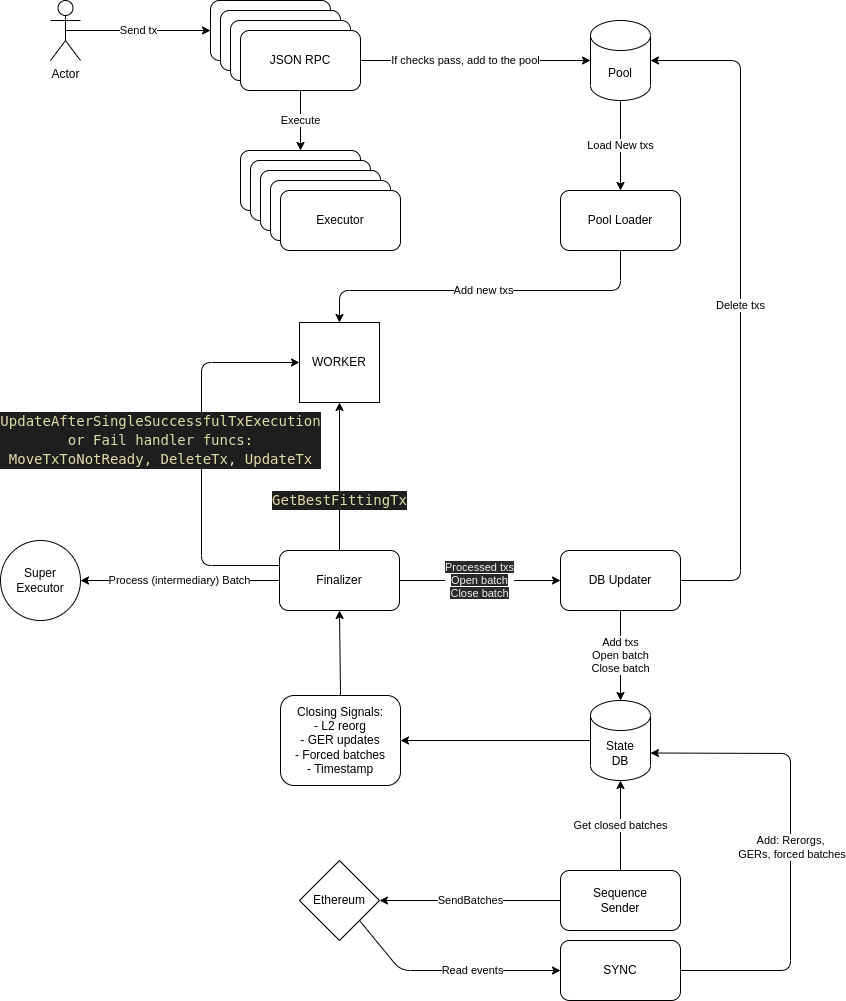
This is docs/sequecer-mango.drawio.png from 0xPolygonHermez/zkevm-node, a draw.io export, as it was before one commit. Source tidied: cells renumbered, new cells last; positions are measured from the earlier drawing's top-left corner, leaving out a move shared by most shapes.
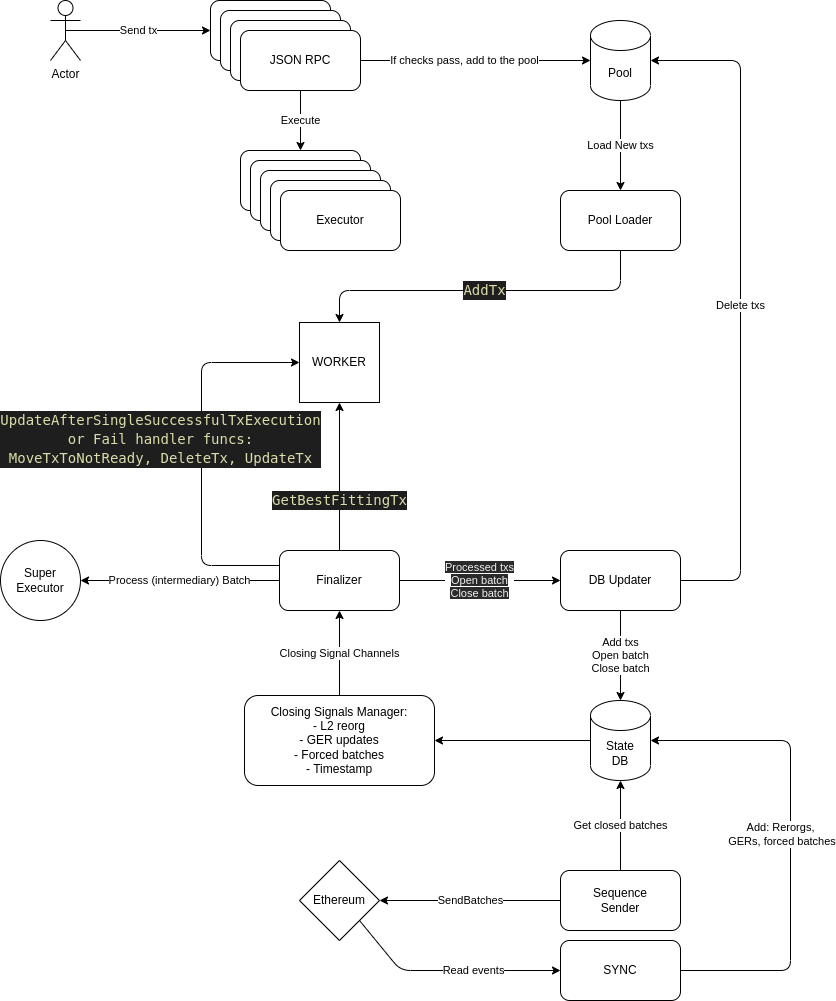
Above is the later version.

What changed in the source:
```diff
@@ -49,7 +49,7 @@
     <mxCell id="16" value="Executor" style="rounded=1;whiteSpace=wrap;html=1;" parent="1" vertex="1">
       <mxGeometry x="280" y="190" width="120" height="60" as="geometry" />
     </mxCell>
-    <mxCell id="17" value="Add new txs" style="edgeStyle=none;html=1;exitX=0.5;exitY=1;exitDx=0;exitDy=0;entryX=0.5;entryY=0;entryDx=0;entryDy=0;" parent="1" edge="1" source="18" target="19">
+    <mxCell id="17" value="&lt;div style=&quot;color: rgb(212 , 212 , 212) ; background-color: rgb(30 , 30 , 30) ; font-family: &amp;#34;droid sans mono&amp;#34; , &amp;#34;monospace&amp;#34; , monospace ; font-size: 14px ; line-height: 19px&quot;&gt;&lt;span style=&quot;color: #dcdcaa&quot;&gt;AddTx&lt;/span&gt;&lt;/div&gt;" style="edgeStyle=none;html=1;exitX=0.5;exitY=1;exitDx=0;exitDy=0;entryX=0.5;entryY=0;entryDx=0;entryDy=0;" parent="1" edge="1" source="18" target="19">
       <mxGeometry relative="1" as="geometry">
         <Array as="points">
           <mxPoint x="620" y="290" />
@@ -125,17 +125,17 @@
     <mxCell id="35" value="Ethereum" style="rhombus;whiteSpace=wrap;html=1;" parent="1" vertex="1">
       <mxGeometry x="299" y="860" width="80" height="80" as="geometry" />
     </mxCell>
-    <mxCell id="36" style="edgeStyle=none;html=1;exitX=0.5;exitY=0;exitDx=0;exitDy=0;entryX=0.5;entryY=1;entryDx=0;entryDy=0;" parent="1" edge="1" source="37" target="24">
+    <mxCell id="36" value="Closing Signal Channels" style="edgeStyle=none;html=1;exitX=0.5;exitY=0;exitDx=0;exitDy=0;entryX=0.5;entryY=1;entryDx=0;entryDy=0;" parent="1" edge="1" source="37" target="24">
       <mxGeometry relative="1" as="geometry" />
     </mxCell>
-    <mxCell id="37" value="Closing Signals:&lt;br&gt;- L2 reorg&lt;br&gt;- GER updates&lt;br&gt;- Forced batches&lt;br&gt;- Timestamp" style="rounded=1;whiteSpace=wrap;html=1;" parent="1" vertex="1">
-      <mxGeometry x="280" y="695" width="120" height="90" as="geometry" />
+    <mxCell id="37" value="Closing Signals Manager:&lt;br&gt;- L2 reorg&lt;br&gt;- GER updates&lt;br&gt;- Forced batches&lt;br&gt;- Timestamp" style="rounded=1;whiteSpace=wrap;html=1;" parent="1" vertex="1">
+      <mxGeometry x="244" y="695" width="190" height="90" as="geometry" />
     </mxCell>
-    <mxCell id="38" value="Add: Rerorgs,&lt;br&gt;&amp;nbsp;GERs, forced batches" style="edgeStyle=none;html=1;exitX=1;exitY=0.5;exitDx=0;exitDy=0;entryX=1;entryY=0;entryDx=0;entryDy=52.5;entryPerimeter=0;" parent="1" edge="1" source="39" target="30">
-      <mxGeometry relative="1" as="geometry">
+    <mxCell id="38" value="Add: Rerorgs,&lt;br&gt;&amp;nbsp;GERs, forced batches" style="edgeStyle=none;html=1;exitX=1;exitY=0.5;exitDx=0;exitDy=0;entryX=1;entryY=0.5;entryDx=0;entryDy=0;entryPerimeter=0;" parent="1" edge="1" source="39" target="30">
+      <mxGeometry x="0.03" y="10" relative="1" as="geometry">
         <Array as="points">
           <mxPoint x="790" y="970" />
-          <mxPoint x="790" y="753" />
+          <mxPoint x="790" y="740" />
         </Array>
       </mxGeometry>
     </mxCell>
```
